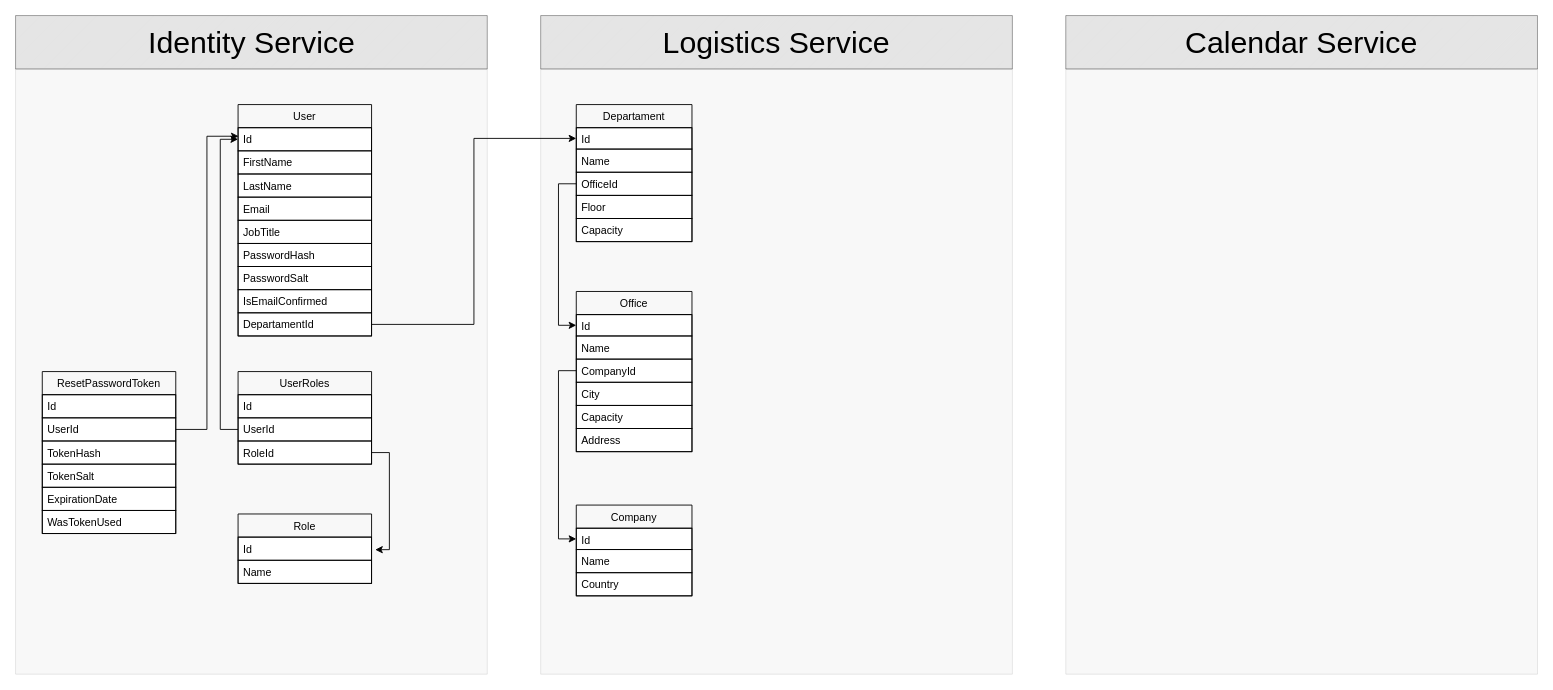
Above: Koala DB.drawio in dariusmunteanu/Diagrams (draw.io), before the change. Source tidied: cells renumbered, new cells numbered last; positions are measured from the earlier drawing's top-left corner, leaving out a move shared by most shapes. Both pictures are drawn from the tidied source at 89%, with x=0, y=0 at pixel (15, 15).
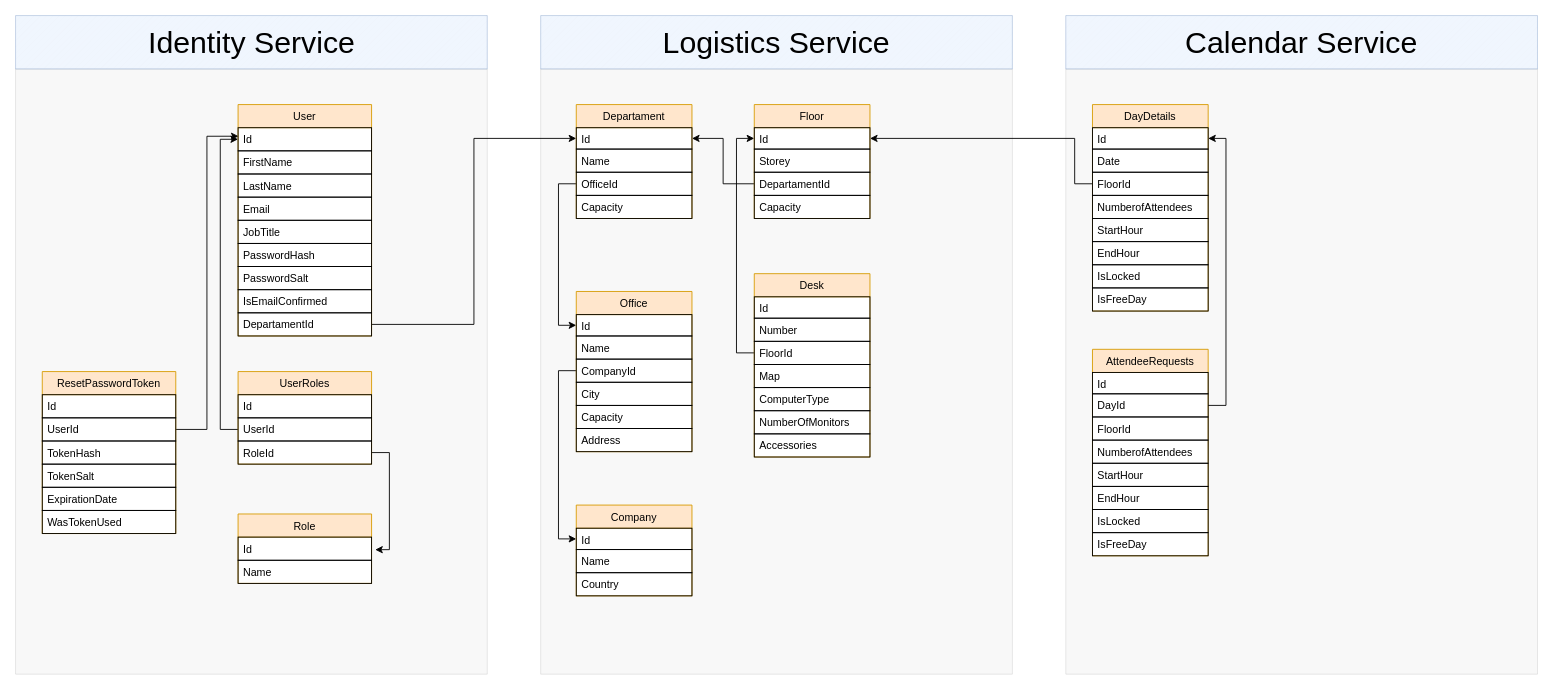
The same page after the edit.

The change refers to these unchanged cells:
```xml
<mxCell id="6" value="Id" style="text;fillColor=none;align=left;verticalAlign=top;spacingLeft=4;spacingRight=4;overflow=hidden;points=[[0,0.5],[1,0.5]];portConstraint=eastwest;strokeColor=#000000;" parent="5" vertex="1">
  <mxGeometry y="26" width="150" height="26" as="geometry" />
</mxCell>
<mxCell id="14" value="DepartamentId" style="text;fillColor=none;align=left;verticalAlign=top;spacingLeft=4;spacingRight=4;overflow=hidden;points=[[0,0.5],[1,0.5]];portConstraint=eastwest;strokeColor=#000000;" parent="5" vertex="1">
  <mxGeometry y="234" width="150" height="26" as="geometry" />
</mxCell>
<mxCell id="24" value="UserId" style="text;fillColor=none;align=left;verticalAlign=top;spacingLeft=4;spacingRight=4;overflow=hidden;points=[[0,0.5],[1,0.5]];portConstraint=eastwest;strokeColor=#000000;" parent="22" vertex="1">
  <mxGeometry y="52" width="150" height="26" as="geometry" />
</mxCell>
<mxCell id="42" value="Id" style="text;fillColor=none;align=left;verticalAlign=top;spacingLeft=4;spacingRight=4;overflow=hidden;points=[[0,0.5],[1,0.5]];portConstraint=eastwest;strokeColor=#000000;" parent="41" vertex="1">
  <mxGeometry y="26" width="130" height="24" as="geometry" />
</mxCell>
<mxCell id="44" value="OfficeId" style="text;fillColor=none;align=left;verticalAlign=top;spacingLeft=4;spacingRight=4;overflow=hidden;points=[[0,0.5],[1,0.5]];portConstraint=eastwest;strokeColor=#000000;" parent="41" vertex="1">
  <mxGeometry y="76" width="130" height="26" as="geometry" />
</mxCell>
<mxCell id="48" value="Id" style="text;fillColor=none;align=left;verticalAlign=top;spacingLeft=4;spacingRight=4;overflow=hidden;points=[[0,0.5],[1,0.5]];portConstraint=eastwest;strokeColor=#000000;" parent="47" vertex="1">
  <mxGeometry y="26" width="130" height="24" as="geometry" />
</mxCell>
<mxCell id="50" value="CompanyId" style="text;fillColor=none;align=left;verticalAlign=top;spacingLeft=4;spacingRight=4;overflow=hidden;points=[[0,0.5],[1,0.5]];portConstraint=eastwest;strokeColor=#000000;" parent="47" vertex="1">
  <mxGeometry y="76" width="130" height="26" as="geometry" />
</mxCell>
<mxCell id="55" value="Id" style="text;fillColor=none;align=left;verticalAlign=top;spacingLeft=4;spacingRight=4;overflow=hidden;points=[[0,0.5],[1,0.5]];portConstraint=eastwest;strokeColor=#000000;" parent="54" vertex="1">
  <mxGeometry y="26" width="130" height="24" as="geometry" />
</mxCell>
```

The edit, as a diff of the source:
```diff
@@
+    <mxCell id="29" style="edgeStyle=orthogonalEdgeStyle;rounded=0;jettySize=auto;html=1;entryX=0.004;entryY=0.368;entryDx=0;entryDy=0;entryPerimeter=0;" parent="1" edge="1" source="24" target="6">
+      <mxGeometry relative="1" as="geometry" />
+    </mxCell>
+    <mxCell id="30" style="verticalLabelPosition=bottom;verticalAlign=top;html=1;shape=mxgraph.basic.patternFillRect;fillStyle=diag;step=5;fillStrokeWidth=0.2;fillStrokeColor=#dddddd;rounded=0;strokeColor=#6c8ebf;strokeWidth=1;fillColor=#dae8fc;opacity=40;" parent="1" vertex="1">
+      <mxGeometry width="530" height="60" as="geometry" />
+    </mxCell>
+    <mxCell id="31" value="Identity Service" style="text;html=1;strokeColor=none;fillColor=none;align=center;verticalAlign=middle;whiteSpace=wrap;rounded=0;fontSize=34;opacity=40;" parent="1" vertex="1">
+      <mxGeometry x="147.5" y="20" width="235" height="20" as="geometry" />
+    </mxCell>
+    <mxCell id="32" style="verticalLabelPosition=bottom;verticalAlign=top;html=1;shape=mxgraph.basic.rect;fillColor2=none;strokeWidth=1;size=20;indent=5;rounded=0;opacity=10;fillColor=#BDBDBD;" parent="1" vertex="1">
+      <mxGeometry x="590" y="60" width="530" height="680" as="geometry" />
+    </mxCell>
+    <mxCell id="33" style="verticalLabelPosition=bottom;verticalAlign=top;html=1;shape=mxgraph.basic.patternFillRect;fillStyle=diag;step=5;fillStrokeWidth=0.2;fillStrokeColor=#dddddd;rounded=0;strokeColor=#6c8ebf;strokeWidth=1;fillColor=#dae8fc;opacity=40;" parent="1" vertex="1">
+      <mxGeometry x="590" width="530" height="60" as="geometry" />
+    </mxCell>
+    <mxCell id="34" value="Logistics Service" style="text;html=1;strokeColor=none;fillColor=none;align=center;verticalAlign=middle;whiteSpace=wrap;rounded=0;fontSize=34;opacity=40;" parent="1" vertex="1">
+      <mxGeometry x="675" y="20" width="360" height="20" as="geometry" />
+    </mxCell>
+    <mxCell id="35" style="edgeStyle=orthogonalEdgeStyle;rounded=0;jettySize=auto;html=1;entryX=0;entryY=0.5;entryDx=0;entryDy=0;fontSize=34;" parent="1" edge="1" source="44" target="48">
+      <mxGeometry relative="1" as="geometry" />
+    </mxCell>
+    <mxCell id="36" style="edgeStyle=orthogonalEdgeStyle;rounded=0;jettySize=auto;html=1;entryX=0;entryY=0.5;entryDx=0;entryDy=0;fontSize=34;" parent="1" edge="1" source="50" target="55">
+      <mxGeometry relative="1" as="geometry" />
+    </mxCell>
+    <mxCell id="37" style="edgeStyle=orthogonalEdgeStyle;rounded=0;jettySize=auto;html=1;entryX=0;entryY=0.5;entryDx=0;entryDy=0;fontSize=34;" parent="1" edge="1" source="14" target="42">
+      <mxGeometry relative="1" as="geometry" />
+    </mxCell>
+    <mxCell id="38" style="verticalLabelPosition=bottom;verticalAlign=top;html=1;shape=mxgraph.basic.rect;fillColor2=none;strokeWidth=1;size=20;indent=5;rounded=0;opacity=10;fillColor=#BDBDBD;" parent="1" vertex="1">
+      <mxGeometry x="1180" y="60" width="530" height="680" as="geometry" />
+    </mxCell>
+    <mxCell id="39" style="verticalLabelPosition=bottom;verticalAlign=top;html=1;shape=mxgraph.basic.patternFillRect;fillStyle=diag;step=5;fillStrokeWidth=0.2;fillStrokeColor=#dddddd;rounded=0;strokeColor=#6c8ebf;strokeWidth=1;fillColor=#dae8fc;opacity=40;" parent="1" vertex="1">
+      <mxGeometry x="1180" width="530" height="60" as="geometry" />
+    </mxCell>
+    <mxCell id="40" value="Calendar Service" style="text;html=1;strokeColor=none;fillColor=none;align=center;verticalAlign=middle;whiteSpace=wrap;rounded=0;fontSize=34;opacity=40;" parent="1" vertex="1">
+      <mxGeometry x="1285" y="20" width="320" height="20" as="geometry" />
+    </mxCell>
+    <mxCell id="58" style="edgeStyle=orthogonalEdgeStyle;rounded=0;jettySize=auto;html=1;entryX=1;entryY=0.5;entryDx=0;entryDy=0;fontSize=34;" parent="1" edge="1" source="72" target="42">
+      <mxGeometry relative="1" as="geometry" />
+    </mxCell>
+    <mxCell id="59" style="edgeStyle=orthogonalEdgeStyle;rounded=0;jettySize=auto;html=1;entryX=1;entryY=0.5;entryDx=0;entryDy=0;fontSize=34;" parent="1" edge="1" source="64" target="70">
+      <mxGeometry relative="1" as="geometry">
+        <Array as="points">
+          <mxPoint x="1190" y="189" />
+          <mxPoint x="1190" y="138" />
+        </Array>
+      </mxGeometry>
+    </mxCell>
+    <mxCell id="60" style="edgeStyle=orthogonalEdgeStyle;rounded=0;jettySize=auto;html=1;entryX=0;entryY=0.5;entryDx=0;entryDy=0;fontSize=34;" parent="1" edge="1" source="77" target="70">
+      <mxGeometry relative="1" as="geometry" />
+    </mxCell>
-    <mxCell id="5" value="User" style="swimlane;fontStyle=0;horizontal=1;startSize=26;fillColor=none;swimlaneFillColor=#ffffff;rounded=0;" parent="1" vertex="1">
+    <mxCell id="5" value="User" style="swimlane;fontStyle=0;horizontal=1;startSize=26;fillColor=#ffe6cc;swimlaneFillColor=#ffffff;rounded=0;strokeColor=#d79b00;" parent="1" vertex="1">
       <mxGeometry x="250" y="100" width="150" height="260" as="geometry" />
     </mxCell>
@@
-    <mxCell id="15" value="UserRoles" style="swimlane;fontStyle=0;horizontal=1;startSize=26;fillColor=none;swimlaneFillColor=#ffffff;rounded=0;" parent="1" vertex="1">
+    <mxCell id="15" value="UserRoles" style="swimlane;fontStyle=0;horizontal=1;startSize=26;fillColor=#ffe6cc;swimlaneFillColor=#ffffff;rounded=0;strokeColor=#d79b00;" parent="1" vertex="1">
       <mxGeometry x="250" y="400" width="150" height="104" as="geometry" />
     </mxCell>
@@
-    <mxCell id="19" value="Role" style="swimlane;fontStyle=0;horizontal=1;startSize=26;fillColor=none;swimlaneFillColor=#ffffff;rounded=0;" parent="1" vertex="1">
+    <mxCell id="19" value="Role" style="swimlane;fontStyle=0;horizontal=1;startSize=26;fillColor=#ffe6cc;swimlaneFillColor=#ffffff;rounded=0;strokeColor=#d79b00;" parent="1" vertex="1">
       <mxGeometry x="250" y="560" width="150" height="78" as="geometry" />
     </mxCell>
@@
-    <mxCell id="22" value="ResetPasswordToken" style="swimlane;fontStyle=0;horizontal=1;startSize=26;fillColor=none;swimlaneFillColor=#ffffff;rounded=0;" parent="1" vertex="1">
+    <mxCell id="22" value="ResetPasswordToken" style="swimlane;fontStyle=0;horizontal=1;startSize=26;fillColor=#ffe6cc;swimlaneFillColor=#ffffff;rounded=0;strokeColor=#d79b00;" parent="1" vertex="1">
       <mxGeometry x="30" y="400" width="150" height="182" as="geometry" />
     </mxCell>
@@
-    <mxCell id="29" style="edgeStyle=orthogonalEdgeStyle;rounded=0;jettySize=auto;html=1;entryX=0.004;entryY=0.368;entryDx=0;entryDy=0;entryPerimeter=0;" parent="1" edge="1" source="24" target="6">
-      <mxGeometry relative="1" as="geometry" />
-    </mxCell>
-    <mxCell id="30" style="verticalLabelPosition=bottom;verticalAlign=top;html=1;shape=mxgraph.basic.patternFillRect;fillStyle=diag;step=5;fillStrokeWidth=0.2;fillStrokeColor=#dddddd;rounded=0;strokeColor=#000000;strokeWidth=1;fillColor=#BDBDBD;opacity=40;" parent="1" vertex="1">
-      <mxGeometry width="530" height="60" as="geometry" />
-    </mxCell>
-    <mxCell id="31" value="Identity Service" style="text;html=1;strokeColor=none;fillColor=none;align=center;verticalAlign=middle;whiteSpace=wrap;rounded=0;fontSize=34;opacity=40;" parent="1" vertex="1">
-      <mxGeometry x="147.5" y="20" width="235" height="20" as="geometry" />
-    </mxCell>
-    <mxCell id="32" style="verticalLabelPosition=bottom;verticalAlign=top;html=1;shape=mxgraph.basic.rect;fillColor2=none;strokeWidth=1;size=20;indent=5;rounded=0;opacity=10;fillColor=#BDBDBD;" parent="1" vertex="1">
-      <mxGeometry x="590" y="60" width="530" height="680" as="geometry" />
-    </mxCell>
-    <mxCell id="33" style="verticalLabelPosition=bottom;verticalAlign=top;html=1;shape=mxgraph.basic.patternFillRect;fillStyle=diag;step=5;fillStrokeWidth=0.2;fillStrokeColor=#dddddd;rounded=0;strokeColor=#000000;strokeWidth=1;fillColor=#BDBDBD;opacity=40;" parent="1" vertex="1">
-      <mxGeometry x="590" width="530" height="60" as="geometry" />
-    </mxCell>
-    <mxCell id="34" value="Logistics Service" style="text;html=1;strokeColor=none;fillColor=none;align=center;verticalAlign=middle;whiteSpace=wrap;rounded=0;fontSize=34;opacity=40;" parent="1" vertex="1">
-      <mxGeometry x="675" y="20" width="360" height="20" as="geometry" />
-    </mxCell>
-    <mxCell id="35" style="edgeStyle=orthogonalEdgeStyle;rounded=0;jettySize=auto;html=1;entryX=0;entryY=0.5;entryDx=0;entryDy=0;fontSize=34;" parent="1" edge="1" source="44" target="48">
-      <mxGeometry relative="1" as="geometry" />
-    </mxCell>
-    <mxCell id="36" style="edgeStyle=orthogonalEdgeStyle;rounded=0;jettySize=auto;html=1;entryX=0;entryY=0.5;entryDx=0;entryDy=0;fontSize=34;" parent="1" edge="1" source="50" target="55">
-      <mxGeometry relative="1" as="geometry" />
-    </mxCell>
-    <mxCell id="37" style="edgeStyle=orthogonalEdgeStyle;rounded=0;jettySize=auto;html=1;entryX=0;entryY=0.5;entryDx=0;entryDy=0;fontSize=34;" parent="1" edge="1" source="14" target="42">
-      <mxGeometry relative="1" as="geometry" />
-    </mxCell>
-    <mxCell id="38" style="verticalLabelPosition=bottom;verticalAlign=top;html=1;shape=mxgraph.basic.rect;fillColor2=none;strokeWidth=1;size=20;indent=5;rounded=0;opacity=10;fillColor=#BDBDBD;" parent="1" vertex="1">
-      <mxGeometry x="1180" y="60" width="530" height="680" as="geometry" />
-    </mxCell>
-    <mxCell id="39" style="verticalLabelPosition=bottom;verticalAlign=top;html=1;shape=mxgraph.basic.patternFillRect;fillStyle=diag;step=5;fillStrokeWidth=0.2;fillStrokeColor=#dddddd;rounded=0;strokeColor=#000000;strokeWidth=1;fillColor=#BDBDBD;opacity=40;" parent="1" vertex="1">
-      <mxGeometry x="1180" width="530" height="60" as="geometry" />
-    </mxCell>
-    <mxCell id="40" value="Calendar Service" style="text;html=1;strokeColor=none;fillColor=none;align=center;verticalAlign=middle;whiteSpace=wrap;rounded=0;fontSize=34;opacity=40;" parent="1" vertex="1">
-      <mxGeometry x="1285" y="20" width="320" height="20" as="geometry" />
-    </mxCell>
-    <mxCell id="41" value="Departament" style="swimlane;fontStyle=0;horizontal=1;startSize=26;fillColor=none;swimlaneFillColor=#ffffff;rounded=0;" parent="1" vertex="1">
-      <mxGeometry x="630" y="100" width="130" height="154" as="geometry" />
+    <mxCell id="41" value="Departament" style="swimlane;fontStyle=0;horizontal=1;startSize=26;fillColor=#ffe6cc;swimlaneFillColor=#ffffff;rounded=0;strokeColor=#d79b00;" parent="1" vertex="1">
+      <mxGeometry x="630" y="100" width="130" height="128" as="geometry" />
     </mxCell>
@@
-    <mxCell id="45" value="Floor" style="text;fillColor=none;align=left;verticalAlign=top;spacingLeft=4;spacingRight=4;overflow=hidden;strokeColor=#000000;" parent="41" vertex="1">
-      <mxGeometry y="102" width="130" height="26" as="geometry" />
-    </mxCell>
     <mxCell id="46" value="Capacity" style="text;fillColor=none;align=left;verticalAlign=top;spacingLeft=4;spacingRight=4;overflow=hidden;strokeColor=#000000;" parent="41" vertex="1">
-      <mxGeometry y="128" width="130" height="26" as="geometry" />
+      <mxGeometry y="102" width="130" height="26" as="geometry" />
     </mxCell>
-    <mxCell id="47" value="Office" style="swimlane;fontStyle=0;horizontal=1;startSize=26;fillColor=none;swimlaneFillColor=#ffffff;rounded=0;" parent="1" vertex="1">
+    <mxCell id="47" value="Office" style="swimlane;fontStyle=0;horizontal=1;startSize=26;fillColor=#ffe6cc;swimlaneFillColor=#ffffff;rounded=0;strokeColor=#d79b00;" parent="1" vertex="1">
       <mxGeometry x="630" y="310" width="130" height="180" as="geometry" />
     </mxCell>
@@
-    <mxCell id="54" value="Company" style="swimlane;fontStyle=0;horizontal=1;startSize=26;fillColor=none;swimlaneFillColor=#ffffff;rounded=0;" parent="1" vertex="1">
+    <mxCell id="54" value="Company" style="swimlane;fontStyle=0;horizontal=1;startSize=26;fillColor=#ffe6cc;swimlaneFillColor=#ffffff;rounded=0;strokeColor=#d79b00;" parent="1" vertex="1">
       <mxGeometry x="630" y="550" width="130" height="102" as="geometry" />
     </mxCell>
@@
+    <mxCell id="61" value="DayDetails" style="swimlane;fontStyle=0;horizontal=1;startSize=26;fillColor=#ffe6cc;swimlaneFillColor=#ffffff;rounded=0;strokeColor=#d79b00;" parent="1" vertex="1">
+      <mxGeometry x="1210" y="100" width="130" height="232" as="geometry" />
+    </mxCell>
+    <mxCell id="62" value="Id" style="text;fillColor=none;align=left;verticalAlign=top;spacingLeft=4;spacingRight=4;overflow=hidden;points=[[0,0.5],[1,0.5]];portConstraint=eastwest;strokeColor=#000000;" parent="61" vertex="1">
+      <mxGeometry y="26" width="130" height="24" as="geometry" />
+    </mxCell>
+    <mxCell id="63" value="Date" style="text;fillColor=none;align=left;verticalAlign=top;spacingLeft=4;spacingRight=4;overflow=hidden;strokeColor=#000000;" parent="61" vertex="1">
+      <mxGeometry y="50" width="130" height="26" as="geometry" />
+    </mxCell>
+    <mxCell id="64" value="FloorId" style="text;fillColor=none;align=left;verticalAlign=top;spacingLeft=4;spacingRight=4;overflow=hidden;points=[[0,0.5],[1,0.5]];portConstraint=eastwest;strokeColor=#000000;" parent="61" vertex="1">
+      <mxGeometry y="76" width="130" height="26" as="geometry" />
+    </mxCell>
+    <mxCell id="65" value="NumberofAttendees" style="text;fillColor=none;align=left;verticalAlign=top;spacingLeft=4;spacingRight=4;overflow=hidden;strokeColor=#000000;" parent="61" vertex="1">
+      <mxGeometry y="102" width="130" height="26" as="geometry" />
+    </mxCell>
+    <mxCell id="66" value="StartHour" style="text;fillColor=none;align=left;verticalAlign=top;spacingLeft=4;spacingRight=4;overflow=hidden;strokeColor=#000000;" parent="61" vertex="1">
+      <mxGeometry y="128" width="130" height="26" as="geometry" />
+    </mxCell>
+    <mxCell id="67" value="EndHour" style="text;fillColor=none;align=left;verticalAlign=top;spacingLeft=4;spacingRight=4;overflow=hidden;strokeColor=#000000;" parent="61" vertex="1">
+      <mxGeometry y="154" width="130" height="26" as="geometry" />
+    </mxCell>
+    <mxCell id="68" value="IsLocked" style="text;fillColor=none;align=left;verticalAlign=top;spacingLeft=4;spacingRight=4;overflow=hidden;strokeColor=#000000;" parent="61" vertex="1">
+      <mxGeometry y="180" width="130" height="26" as="geometry" />
+    </mxCell>
+    <mxCell id="69" value="IsFreeDay" style="text;fillColor=none;align=left;verticalAlign=top;spacingLeft=4;spacingRight=4;overflow=hidden;strokeColor=#000000;" parent="61" vertex="1">
+      <mxGeometry y="206" width="130" height="26" as="geometry" />
+    </mxCell>
+    <mxCell id="45" value="Floor" style="swimlane;fontStyle=0;horizontal=1;startSize=26;fillColor=#ffe6cc;swimlaneFillColor=#ffffff;rounded=0;strokeColor=#d79b00;" parent="1" vertex="1">
+      <mxGeometry x="830" y="100" width="130" height="128" as="geometry" />
+    </mxCell>
+    <mxCell id="70" value="Id" style="text;fillColor=none;align=left;verticalAlign=top;spacingLeft=4;spacingRight=4;overflow=hidden;points=[[0,0.5],[1,0.5]];portConstraint=eastwest;strokeColor=#000000;" parent="45" vertex="1">
+      <mxGeometry y="26" width="130" height="24" as="geometry" />
+    </mxCell>
+    <mxCell id="71" value="Storey" style="text;fillColor=none;align=left;verticalAlign=top;spacingLeft=4;spacingRight=4;overflow=hidden;strokeColor=#000000;" parent="45" vertex="1">
+      <mxGeometry y="50" width="130" height="26" as="geometry" />
+    </mxCell>
+    <mxCell id="72" value="DepartamentId" style="text;fillColor=none;align=left;verticalAlign=top;spacingLeft=4;spacingRight=4;overflow=hidden;points=[[0,0.5],[1,0.5]];portConstraint=eastwest;strokeColor=#000000;" parent="45" vertex="1">
+      <mxGeometry y="76" width="130" height="26" as="geometry" />
+    </mxCell>
+    <mxCell id="73" value="Capacity" style="text;fillColor=none;align=left;verticalAlign=top;spacingLeft=4;spacingRight=4;overflow=hidden;strokeColor=#000000;" parent="45" vertex="1">
+      <mxGeometry y="102" width="130" height="26" as="geometry" />
+    </mxCell>
+    <mxCell id="74" value="Desk" style="swimlane;fontStyle=0;horizontal=1;startSize=26;fillColor=#ffe6cc;swimlaneFillColor=#ffffff;rounded=0;strokeColor=#d79b00;" parent="1" vertex="1">
+      <mxGeometry x="830" y="290" width="130" height="206" as="geometry" />
+    </mxCell>
+    <mxCell id="75" value="Id" style="text;fillColor=none;align=left;verticalAlign=top;spacingLeft=4;spacingRight=4;overflow=hidden;strokeColor=#000000;" parent="74" vertex="1">
+      <mxGeometry y="26" width="130" height="24" as="geometry" />
+    </mxCell>
+    <mxCell id="76" value="Number" style="text;fillColor=none;align=left;verticalAlign=top;spacingLeft=4;spacingRight=4;overflow=hidden;strokeColor=#000000;" parent="74" vertex="1">
+      <mxGeometry y="50" width="130" height="26" as="geometry" />
+    </mxCell>
+    <mxCell id="77" value="FloorId" style="text;fillColor=none;align=left;verticalAlign=top;spacingLeft=4;spacingRight=4;overflow=hidden;points=[[0,0.5],[1,0.5]];portConstraint=eastwest;strokeColor=#000000;" parent="74" vertex="1">
+      <mxGeometry y="76" width="130" height="26" as="geometry" />
+    </mxCell>
+    <mxCell id="78" value="Map" style="text;fillColor=none;align=left;verticalAlign=top;spacingLeft=4;spacingRight=4;overflow=hidden;strokeColor=#000000;" parent="74" vertex="1">
+      <mxGeometry y="102" width="130" height="26" as="geometry" />
+    </mxCell>
+    <mxCell id="79" value="ComputerType" style="text;fillColor=none;align=left;verticalAlign=top;spacingLeft=4;spacingRight=4;overflow=hidden;strokeColor=#000000;" parent="74" vertex="1">
+      <mxGeometry y="128" width="130" height="26" as="geometry" />
+    </mxCell>
+    <mxCell id="80" value="NumberOfMonitors" style="text;fillColor=none;align=left;verticalAlign=top;spacingLeft=4;spacingRight=4;overflow=hidden;strokeColor=#000000;" parent="74" vertex="1">
+      <mxGeometry y="154" width="130" height="26" as="geometry" />
+    </mxCell>
+    <mxCell id="81" value="Accessories " style="text;fillColor=none;align=left;verticalAlign=top;spacingLeft=4;spacingRight=4;overflow=hidden;strokeColor=#000000;" parent="74" vertex="1">
+      <mxGeometry y="180" width="130" height="26" as="geometry" />
+    </mxCell>
+    <mxCell id="82" value="AttendeeRequests" style="swimlane;fontStyle=0;horizontal=1;startSize=26;fillColor=#ffe6cc;swimlaneFillColor=#ffffff;rounded=0;strokeColor=#d79b00;" parent="1" vertex="1">
+      <mxGeometry x="1210" y="375" width="130" height="232" as="geometry" />
+    </mxCell>
+    <mxCell id="83" value="Id" style="text;fillColor=none;align=left;verticalAlign=top;spacingLeft=4;spacingRight=4;overflow=hidden;strokeColor=#000000;" parent="82" vertex="1">
+      <mxGeometry y="26" width="130" height="24" as="geometry" />
+    </mxCell>
+    <mxCell id="84" value="DayId" style="text;fillColor=none;align=left;verticalAlign=top;spacingLeft=4;spacingRight=4;overflow=hidden;points=[[0,0.5],[1,0.5]];portConstraint=eastwest;strokeColor=#000000;" parent="82" vertex="1">
+      <mxGeometry y="50" width="130" height="26" as="geometry" />
+    </mxCell>
+    <mxCell id="85" value="FloorId" style="text;fillColor=none;align=left;verticalAlign=top;spacingLeft=4;spacingRight=4;overflow=hidden;strokeColor=#000000;" parent="82" vertex="1">
+      <mxGeometry y="76" width="130" height="26" as="geometry" />
+    </mxCell>
+    <mxCell id="86" value="NumberofAttendees" style="text;fillColor=none;align=left;verticalAlign=top;spacingLeft=4;spacingRight=4;overflow=hidden;strokeColor=#000000;" parent="82" vertex="1">
+      <mxGeometry y="102" width="130" height="26" as="geometry" />
+    </mxCell>
+    <mxCell id="87" value="StartHour" style="text;fillColor=none;align=left;verticalAlign=top;spacingLeft=4;spacingRight=4;overflow=hidden;strokeColor=#000000;" parent="82" vertex="1">
+      <mxGeometry y="128" width="130" height="26" as="geometry" />
+    </mxCell>
+    <mxCell id="88" value="EndHour" style="text;fillColor=none;align=left;verticalAlign=top;spacingLeft=4;spacingRight=4;overflow=hidden;strokeColor=#000000;" parent="82" vertex="1">
+      <mxGeometry y="154" width="130" height="26" as="geometry" />
+    </mxCell>
+    <mxCell id="89" value="IsLocked" style="text;fillColor=none;align=left;verticalAlign=top;spacingLeft=4;spacingRight=4;overflow=hidden;strokeColor=#000000;" parent="82" vertex="1">
+      <mxGeometry y="180" width="130" height="26" as="geometry" />
+    </mxCell>
+    <mxCell id="90" value="IsFreeDay" style="text;fillColor=none;align=left;verticalAlign=top;spacingLeft=4;spacingRight=4;overflow=hidden;strokeColor=#000000;" parent="82" vertex="1">
+      <mxGeometry y="206" width="130" height="26" as="geometry" />
+    </mxCell>
+    <mxCell id="91" style="edgeStyle=orthogonalEdgeStyle;rounded=0;jettySize=auto;html=1;entryX=1;entryY=0.5;entryDx=0;entryDy=0;fontSize=34;" parent="1" edge="1" source="84" target="62">
+      <mxGeometry relative="1" as="geometry">
+        <Array as="points">
+          <mxPoint x="1360" y="438" />
+          <mxPoint x="1360" y="138" />
+        </Array>
+      </mxGeometry>
+    </mxCell>
```
